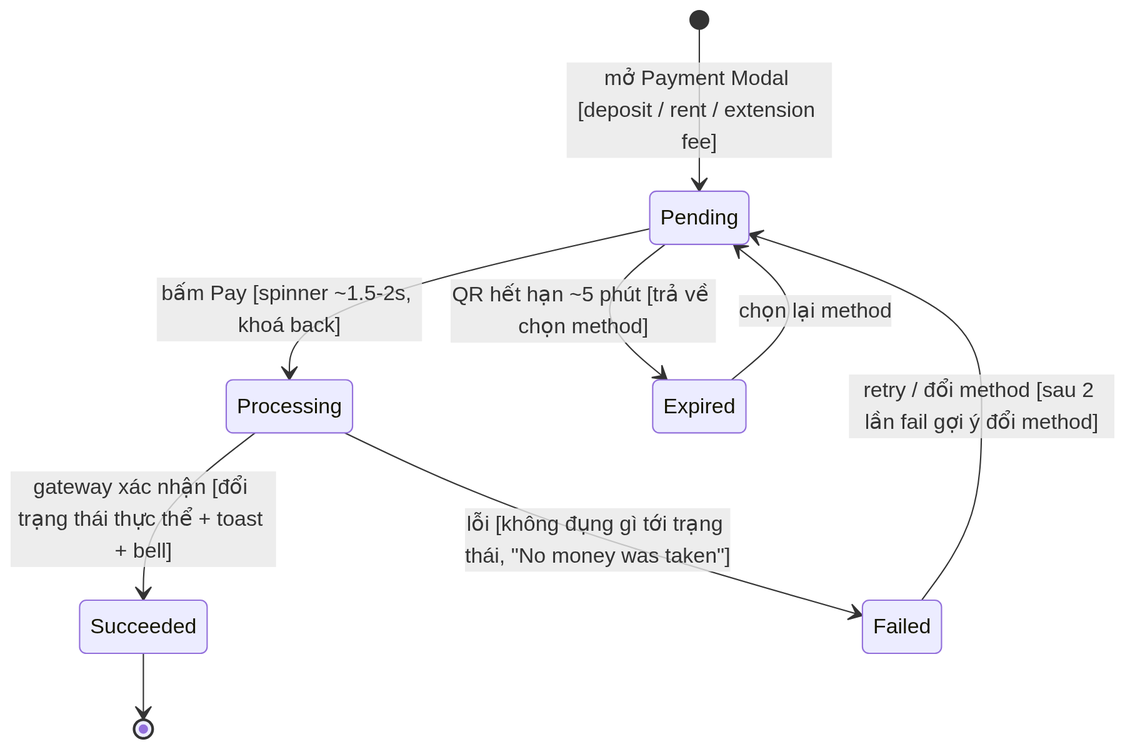
Earlier version of the Mermaid export ERD_Statechart_LaTeX/images/state-payment.png (bechovang/bmad-swp). Its source is kept beside it as ERD_Statechart_LaTeX/mermaid/state-payment.mmd.
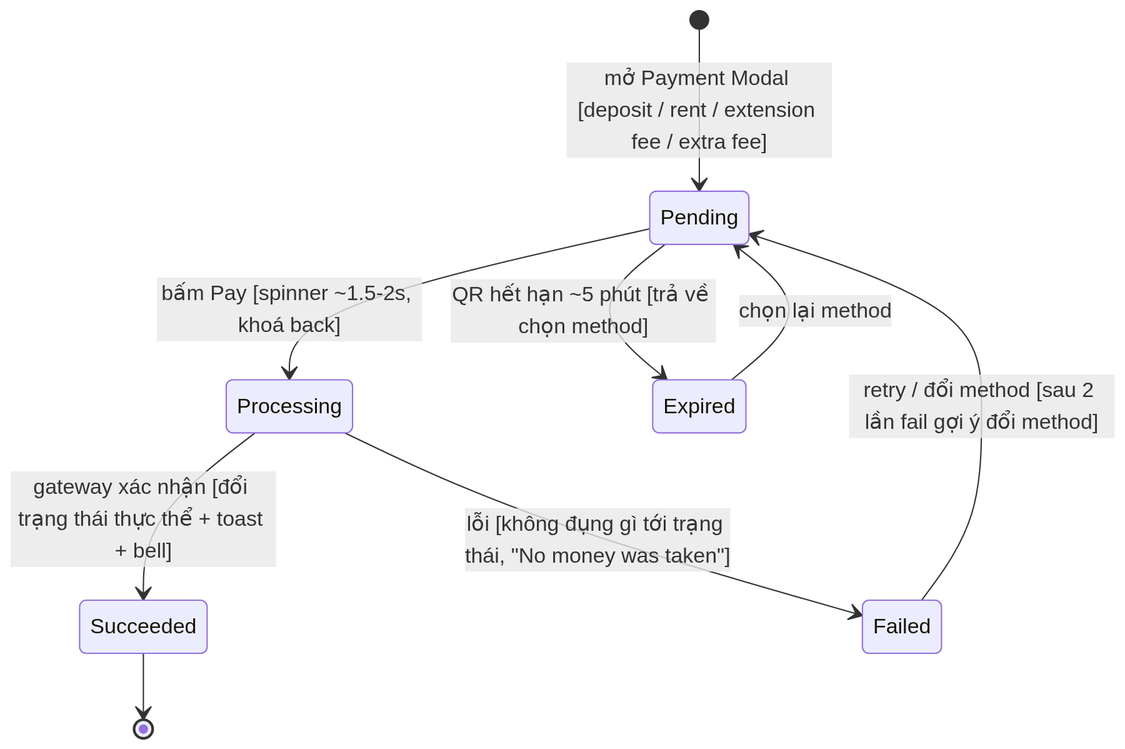
The same diagram one commit later.

What changed in the source:
```diff
@@ -1,5 +1,5 @@
 stateDiagram-v2
-    [*] --> Pending : mở Payment Modal [deposit / rent / extension fee]
+    [*] --> Pending : mở Payment Modal [deposit / rent / extension fee / extra fee]
 
     Pending --> Processing : bấm Pay [spinner ~1.5-2s, khoá back]
     Processing --> Succeeded : gateway xác nhận [đổi trạng thái thực thể + toast + bell]
```
